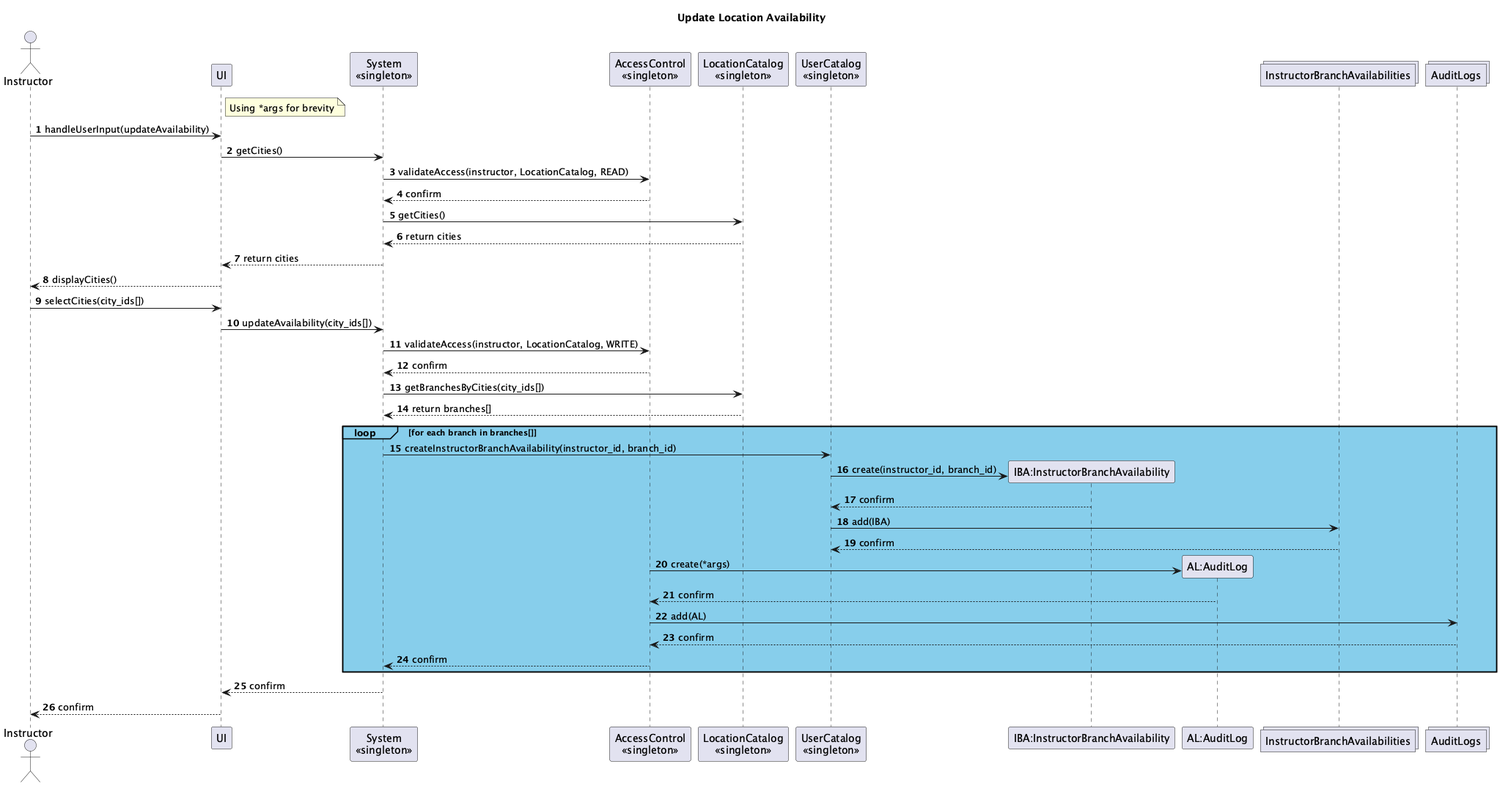
Before: System-Diagrams/UML Interaction/Instructor/Instructor-Interactions_002.png, a diagram exported from PlantUML (vibqetowi/soen-342-project).
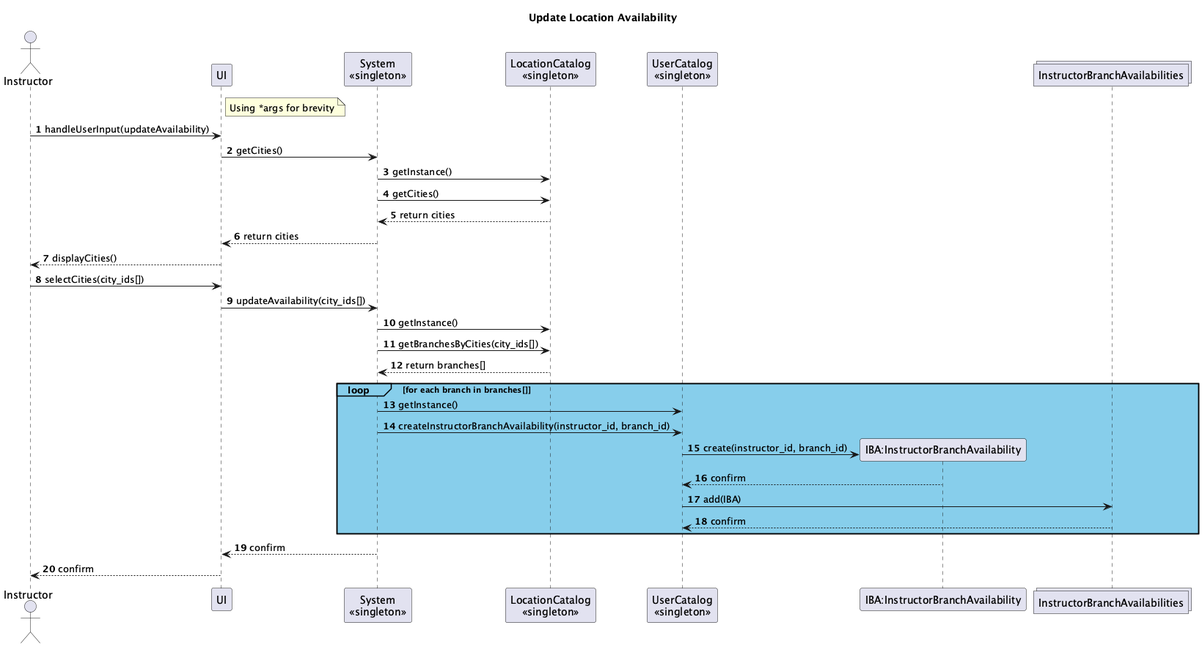
Above is the later version.

Change to the diagram source:
```diff
@@ -4,13 +4,10 @@
 actor Instructor
 participant UI
 participant "System\n<<singleton>>" as System
-participant "AccessControl\n<<singleton>>" as AccessControl
 participant "LocationCatalog\n<<singleton>>" as LocationCatalog
 participant "UserCatalog\n<<singleton>>" as UserCatalog
 participant "IBA:InstructorBranchAvailability" as IBA
-participant "AL:AuditLog" as AuditLog
 collections InstructorBranchAvailabilities
-collections AuditLogs
 
 note right of UI
 Using *args for brevity
@@ -21,9 +18,7 @@
 Instructor -> UI: handleUserInput(updateAvailability)
 UI -> System: getCities()
 
-System -> AccessControl: validateAccess(instructor, LocationCatalog, READ)
-AccessControl --> System: confirm
-
+System -> LocationCatalog: getInstance()
 System -> LocationCatalog: getCities()
 LocationCatalog --> System: return cities
 
@@ -33,24 +28,17 @@
 Instructor -> UI: selectCities(city_ids[])
 UI -> System: updateAvailability(city_ids[])
 
-System -> AccessControl: validateAccess(instructor, LocationCatalog, WRITE)
-AccessControl --> System: confirm
-
+System -> LocationCatalog: getInstance()
 System -> LocationCatalog: getBranchesByCities(city_ids[])
 LocationCatalog --> System: return branches[]
 
 loop#SkyBlue #SkyBlue for each branch in branches[]
+    System -> UserCatalog: getInstance()
     System -> UserCatalog: createInstructorBranchAvailability(instructor_id, branch_id)
     UserCatalog -> IBA **: create(instructor_id, branch_id)
     IBA --> UserCatalog: confirm
     UserCatalog -> InstructorBranchAvailabilities: add(IBA)
     InstructorBranchAvailabilities --> UserCatalog: confirm
-
-    AccessControl -> AuditLog **: create(*args)
-    AuditLog --> AccessControl: confirm
-    AccessControl -> AuditLogs: add(AL)
-    AuditLogs --> AccessControl: confirm
-    AccessControl --> System: confirm
 end
 
 System --> UI: confirm
```
